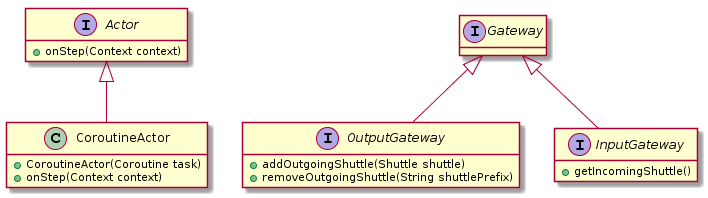
offbynull/actors keeps this PlantUML diagram as primitives_class_diagram.png. Above is the earlier version. The source it was exported from:
```plantuml
@startuml
interface Actor {
   + onStep(Context context)
}

class CoroutineActor {
   + CoroutineActor(Coroutine task)
   + onStep(Context context)
}

interface Gateway {
}

interface InputGateway {
  + getIncomingShuttle()
}

interface OutputGateway {
  + addOutgoingShuttle(Shuttle shuttle)
  + removeOutgoingShuttle(String shuttlePrefix)
}

Actor <|-- CoroutineActor
Gateway <|-- OutputGateway
Gateway <|-- InputGateway

hide fields
@enduml
```
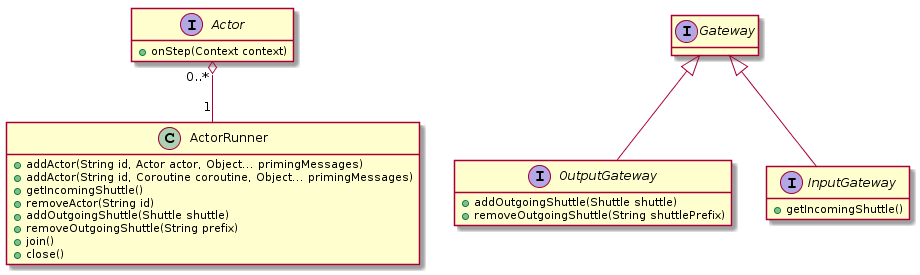
After the commit.

Diff of the diagram source:
```diff
@@ -1,10 +1,17 @@
 @startuml
-interface Actor {
-   + onStep(Context context)
+class ActorRunner {
+   + addActor(String id, Actor actor, Object... primingMessages)
+   + addActor(String id, Coroutine coroutine, Object... primingMessages)
+   + getIncomingShuttle()
+   + removeActor(String id)
+   + addOutgoingShuttle(Shuttle shuttle)
+   + removeOutgoingShuttle(String prefix)
+   + join()
+   + close()
 }
 
-class CoroutineActor {
-   + CoroutineActor(Coroutine task)
+
+interface Actor {
    + onStep(Context context)
 }
 
@@ -20,7 +27,7 @@
   + removeOutgoingShuttle(String shuttlePrefix)
 }
 
-Actor <|-- CoroutineActor
+Actor "0..*" o-- "1" ActorRunner
 Gateway <|-- OutputGateway
 Gateway <|-- InputGateway
 
```
